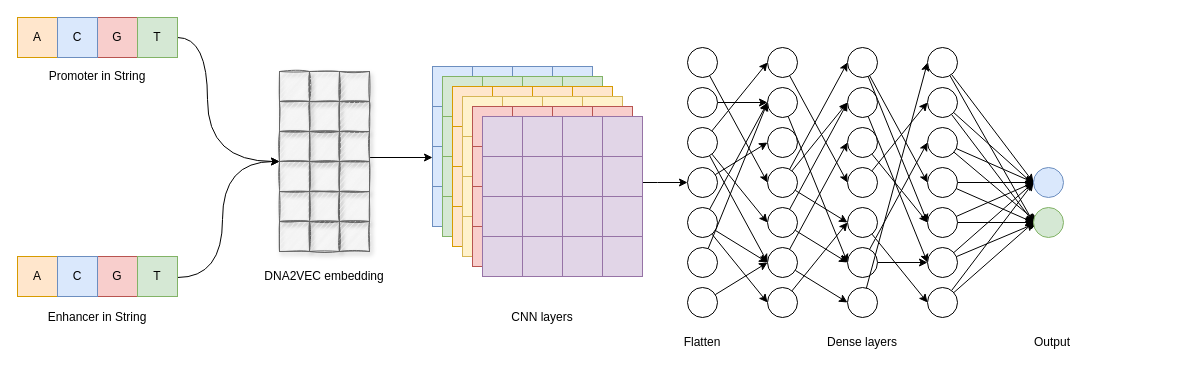
Earlier version of the draw.io diagram embedding_cnn_one_branch.drawio (NaiveTom/draw.io). Source tidied: cells renumbered, new cells numbered last; positions are measured from the earlier drawing's top-left corner, leaving out a move shared by most shapes. Both pictures are drawn from the tidied source at 100%, with x=0, y=0 at pixel (17, 17).
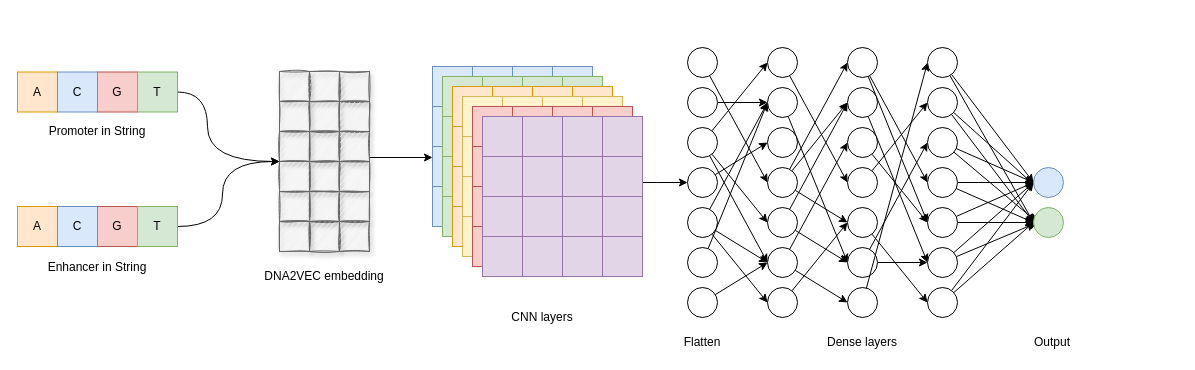
Above is the later version.

Unchanged cells that the change refers to:
```xml
<mxCell id="202" style="rounded=0;whiteSpace=wrap;html=1;shadow=1;glass=0;sketch=1;fillColor=#f5f5f5;strokeColor=#666666;fontColor=#333333;" parent="1" vertex="1">
  <mxGeometry x="262" y="144" width="30" height="30" as="geometry" />
</mxCell>
```

Diff of the diagram source:
```diff
@@
-    <mxCell id="2" style="edgeStyle=orthogonalEdgeStyle;curved=1;rounded=0;jettySize=auto;html=1;entryX=0;entryY=0;entryDx=0;entryDy=0;exitX=1;exitY=0;exitDx=0;exitDy=0;" parent="1" edge="1" target="202">
+    <mxCell id="2" style="edgeStyle=orthogonalEdgeStyle;curved=1;rounded=0;jettySize=auto;html=1;entryX=0;entryY=0;entryDx=0;entryDy=0;exitX=1;exitY=0.5;exitDx=0;exitDy=0;" parent="1" edge="1" source="6" target="202">
       <mxGeometry relative="1" as="geometry">
-        <mxPoint x="160" y="20" as="sourcePoint" />
         <Array as="points">
-          <mxPoint x="190" y="20" />
+          <mxPoint x="190" y="75" />
           <mxPoint x="190" y="144" />
         </Array>
       </mxGeometry>
     </mxCell>
     <mxCell id="3" value="&lt;div&gt;Promoter in String&lt;/div&gt;" style="text;html=1;strokeColor=none;fillColor=none;align=center;verticalAlign=middle;whiteSpace=wrap;rounded=0;" parent="1" vertex="1">
-      <mxGeometry y="49" width="160" height="20" as="geometry" />
+      <mxGeometry y="103.5" width="160" height="20" as="geometry" />
     </mxCell>
     <mxCell id="4" style="rounded=0;whiteSpace=wrap;html=1;fillColor=#f8cecc;strokeColor=#b85450;" parent="1" vertex="1">
-      <mxGeometry x="80" width="40" height="40" as="geometry" />
+      <mxGeometry x="80" y="54.5" width="40" height="40" as="geometry" />
     </mxCell>
     <mxCell id="5" value="G" style="text;html=1;strokeColor=none;fillColor=none;align=center;verticalAlign=middle;whiteSpace=wrap;rounded=0;" parent="1" vertex="1">
-      <mxGeometry x="80" y="10" width="40" height="20" as="geometry" />
+      <mxGeometry x="80" y="64.5" width="40" height="20" as="geometry" />
     </mxCell>
     <mxCell id="6" style="rounded=0;whiteSpace=wrap;html=1;fillColor=#d5e8d4;strokeColor=#82b366;" parent="1" vertex="1">
-      <mxGeometry x="120" width="40" height="40" as="geometry" />
+      <mxGeometry x="120" y="54.5" width="40" height="40" as="geometry" />
     </mxCell>
-    <mxCell id="7" style="edgeStyle=orthogonalEdgeStyle;curved=1;rounded=0;jettySize=auto;html=1;entryX=0;entryY=0;entryDx=0;entryDy=0;exitX=1;exitY=0;exitDx=0;exitDy=0;" parent="1" edge="1" target="202">
+    <mxCell id="7" style="edgeStyle=orthogonalEdgeStyle;curved=1;rounded=0;jettySize=auto;html=1;entryX=0;entryY=0;entryDx=0;entryDy=0;exitX=1;exitY=0.5;exitDx=0;exitDy=0;" parent="1" edge="1" source="218" target="202">
       <mxGeometry relative="1" as="geometry">
-        <mxPoint x="160" y="260" as="sourcePoint" />
         <Array as="points">
-          <mxPoint x="205" y="260" />
+          <mxPoint x="205" y="209" />
           <mxPoint x="205" y="144" />
         </Array>
       </mxGeometry>
     </mxCell>
     <mxCell id="8" value="T" style="text;html=1;strokeColor=none;fillColor=none;align=center;verticalAlign=middle;whiteSpace=wrap;rounded=0;" parent="1" vertex="1">
-      <mxGeometry x="120" y="10" width="40" height="20" as="geometry" />
+      <mxGeometry x="120" y="64.5" width="40" height="20" as="geometry" />
     </mxCell>
     <mxCell id="9" value="&lt;div&gt;Enhancer in String&lt;/div&gt;" style="text;html=1;strokeColor=none;fillColor=none;align=center;verticalAlign=middle;whiteSpace=wrap;rounded=0;" parent="1" vertex="1">
-      <mxGeometry y="290" width="160" height="20" as="geometry" />
+      <mxGeometry y="240" width="160" height="20" as="geometry" />
     </mxCell>
@@
     <mxCell id="211" style="rounded=0;whiteSpace=wrap;html=1;fillColor=#ffe6cc;strokeColor=#d79b00;" parent="1" vertex="1">
-      <mxGeometry width="40" height="40" as="geometry" />
+      <mxGeometry y="54.5" width="40" height="40" as="geometry" />
     </mxCell>
     <mxCell id="212" value="&lt;div&gt;A&lt;/div&gt;" style="text;html=1;strokeColor=none;fillColor=none;align=center;verticalAlign=middle;whiteSpace=wrap;rounded=0;" parent="1" vertex="1">
-      <mxGeometry y="10" width="40" height="20" as="geometry" />
+      <mxGeometry y="64.5" width="40" height="20" as="geometry" />
     </mxCell>
     <mxCell id="213" style="rounded=0;whiteSpace=wrap;html=1;fillColor=#dae8fc;strokeColor=#6c8ebf;" parent="1" vertex="1">
-      <mxGeometry x="40" width="40" height="40" as="geometry" />
+      <mxGeometry x="40" y="54.5" width="40" height="40" as="geometry" />
     </mxCell>
     <mxCell id="214" value="C" style="text;html=1;strokeColor=none;fillColor=none;align=center;verticalAlign=middle;whiteSpace=wrap;rounded=0;" parent="1" vertex="1">
-      <mxGeometry x="40" y="10" width="40" height="20" as="geometry" />
+      <mxGeometry x="40" y="64.5" width="40" height="20" as="geometry" />
     </mxCell>
     <mxCell id="215" style="rounded=0;whiteSpace=wrap;html=1;fillColor=#f8cecc;strokeColor=#b85450;" parent="1" vertex="1">
-      <mxGeometry x="80" y="239" width="40" height="40" as="geometry" />
+      <mxGeometry x="80" y="189" width="40" height="40" as="geometry" />
     </mxCell>
     <mxCell id="216" value="G" style="text;html=1;strokeColor=none;fillColor=none;align=center;verticalAlign=middle;whiteSpace=wrap;rounded=0;" parent="1" vertex="1">
-      <mxGeometry x="80" y="249" width="40" height="20" as="geometry" />
+      <mxGeometry x="80" y="199" width="40" height="20" as="geometry" />
     </mxCell>
     <mxCell id="217" style="rounded=0;whiteSpace=wrap;html=1;fillColor=#d5e8d4;strokeColor=#82b366;" parent="1" vertex="1">
-      <mxGeometry x="120" y="239" width="40" height="40" as="geometry" />
+      <mxGeometry x="120" y="189" width="40" height="40" as="geometry" />
     </mxCell>
     <mxCell id="218" value="T" style="text;html=1;strokeColor=none;fillColor=none;align=center;verticalAlign=middle;whiteSpace=wrap;rounded=0;" parent="1" vertex="1">
-      <mxGeometry x="120" y="249" width="40" height="20" as="geometry" />
+      <mxGeometry x="120" y="199" width="40" height="20" as="geometry" />
     </mxCell>
     <mxCell id="219" style="rounded=0;whiteSpace=wrap;html=1;fillColor=#ffe6cc;strokeColor=#d79b00;" parent="1" vertex="1">
-      <mxGeometry y="239" width="40" height="40" as="geometry" />
+      <mxGeometry y="189" width="40" height="40" as="geometry" />
     </mxCell>
     <mxCell id="220" value="&lt;div&gt;A&lt;/div&gt;" style="text;html=1;strokeColor=none;fillColor=none;align=center;verticalAlign=middle;whiteSpace=wrap;rounded=0;" parent="1" vertex="1">
-      <mxGeometry y="249" width="40" height="20" as="geometry" />
+      <mxGeometry y="199" width="40" height="20" as="geometry" />
     </mxCell>
     <mxCell id="221" style="rounded=0;whiteSpace=wrap;html=1;fillColor=#dae8fc;strokeColor=#6c8ebf;" parent="1" vertex="1">
-      <mxGeometry x="40" y="239" width="40" height="40" as="geometry" />
+      <mxGeometry x="40" y="189" width="40" height="40" as="geometry" />
     </mxCell>
     <mxCell id="222" value="C" style="text;html=1;strokeColor=none;fillColor=none;align=center;verticalAlign=middle;whiteSpace=wrap;rounded=0;" parent="1" vertex="1">
-      <mxGeometry x="40" y="249" width="40" height="20" as="geometry" />
+      <mxGeometry x="40" y="199" width="40" height="20" as="geometry" />
     </mxCell>
```
